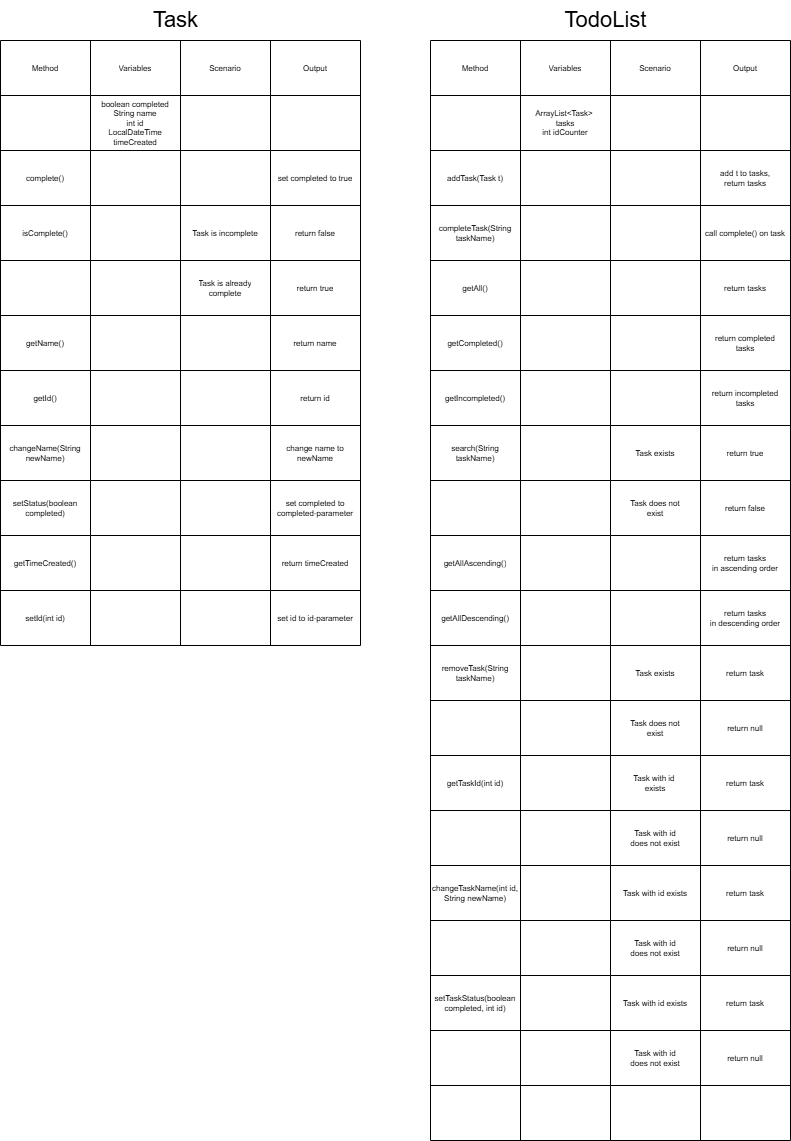
Earlier version of the draw.io export domain-model.png (Marcus0410/java-tdd-todo-list). Source tidied: cells renumbered, new cells last; positions are measured from the earlier drawing's top-left corner, leaving out a move shared by most shapes.
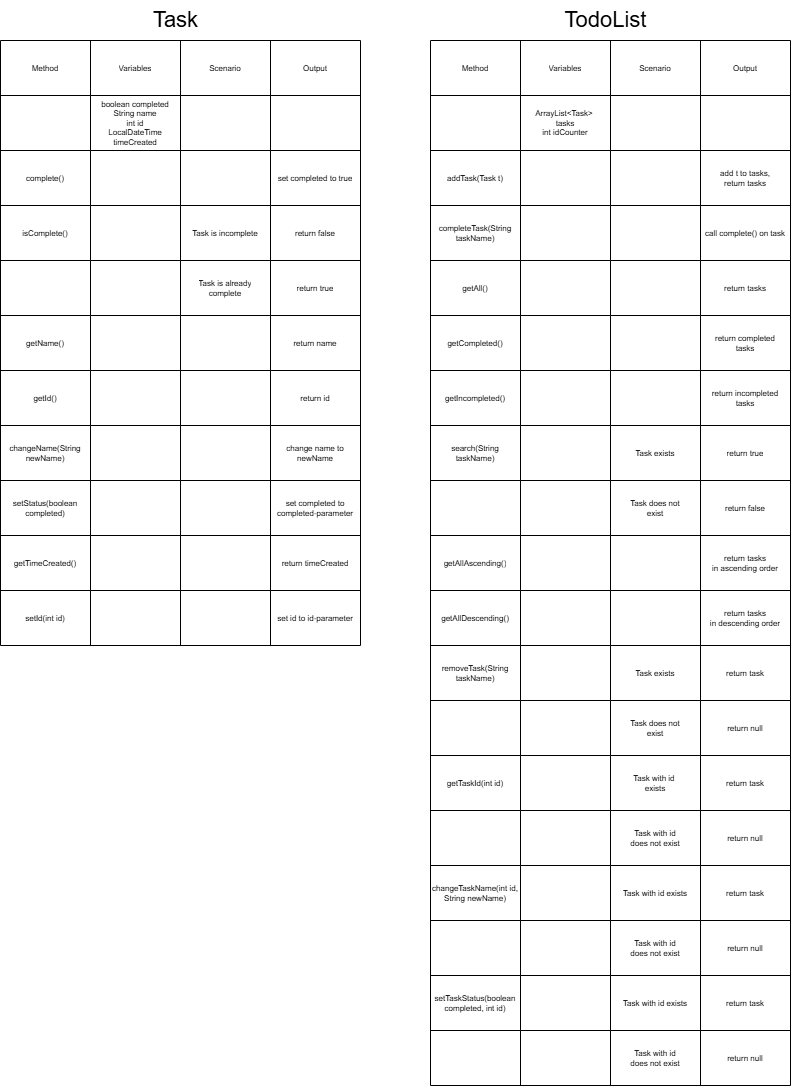
Later version of the same file.

What changed in the source:
```diff
@@ -3,7 +3,7 @@
     <mxCell id="0" />
     <mxCell id="1" parent="0" />
     <mxCell id="2" style="shape=table;startSize=0;fontSize=10;" parent="1" vertex="1">
-      <mxGeometry x="430" y="40" width="360" height="1100" as="geometry" />
+      <mxGeometry x="430" y="40" width="360" height="1045" as="geometry" />
     </mxCell>
     <mxCell id="3" style="shape=tableRow;horizontal=0;startSize=0;swimlaneHead=0;swimlaneBody=0;strokeColor=inherit;top=0;left=0;bottom=0;right=0;fillColor=none;" parent="2" vertex="1">
       <mxGeometry width="360" height="55" as="geometry" />
@@ -290,21 +290,6 @@
     <mxCell id="97" value="return null" style="shape=partialRectangle;html=1;whiteSpace=wrap;strokeColor=inherit;overflow=hidden;fillColor=none;top=0;left=0;bottom=0;right=0;fontSize=8;" parent="93" vertex="1">
       <mxGeometry x="270" width="90" height="55" as="geometry" />
     </mxCell>
-    <mxCell id="98" style="shape=tableRow;horizontal=0;startSize=0;swimlaneHead=0;swimlaneBody=0;strokeColor=inherit;top=0;left=0;bottom=0;right=0;fillColor=none;" parent="2" vertex="1">
-      <mxGeometry y="1045" width="360" height="55" as="geometry" />
-    </mxCell>
-    <mxCell id="99" style="shape=partialRectangle;html=1;whiteSpace=wrap;strokeColor=inherit;overflow=hidden;fillColor=none;top=0;left=0;bottom=0;right=0;fontSize=8;" parent="98" vertex="1">
-      <mxGeometry width="90" height="55" as="geometry" />
-    </mxCell>
-    <mxCell id="100" style="shape=partialRectangle;html=1;whiteSpace=wrap;strokeColor=inherit;overflow=hidden;fillColor=none;top=0;left=0;bottom=0;right=0;fontSize=8;" parent="98" vertex="1">
-      <mxGeometry x="90" width="90" height="55" as="geometry" />
-    </mxCell>
-    <mxCell id="101" style="shape=partialRectangle;html=1;whiteSpace=wrap;strokeColor=inherit;overflow=hidden;fillColor=none;top=0;left=0;bottom=0;right=0;fontSize=8;" parent="98" vertex="1">
-      <mxGeometry x="180" width="90" height="55" as="geometry" />
-    </mxCell>
-    <mxCell id="102" style="shape=partialRectangle;html=1;whiteSpace=wrap;strokeColor=inherit;overflow=hidden;fillColor=none;top=0;left=0;bottom=0;right=0;fontSize=8;" parent="98" vertex="1">
-      <mxGeometry x="270" width="90" height="55" as="geometry" />
-    </mxCell>
     <mxCell id="103" value="&lt;font style=&quot;font-size: 22px;&quot;&gt;TodoList&lt;/font&gt;" style="text;html=1;align=center;verticalAlign=middle;strokeColor=none;fillColor=none;" parent="1" vertex="1">
       <mxGeometry x="550" width="110" height="40" as="geometry" />
     </mxCell>
```
